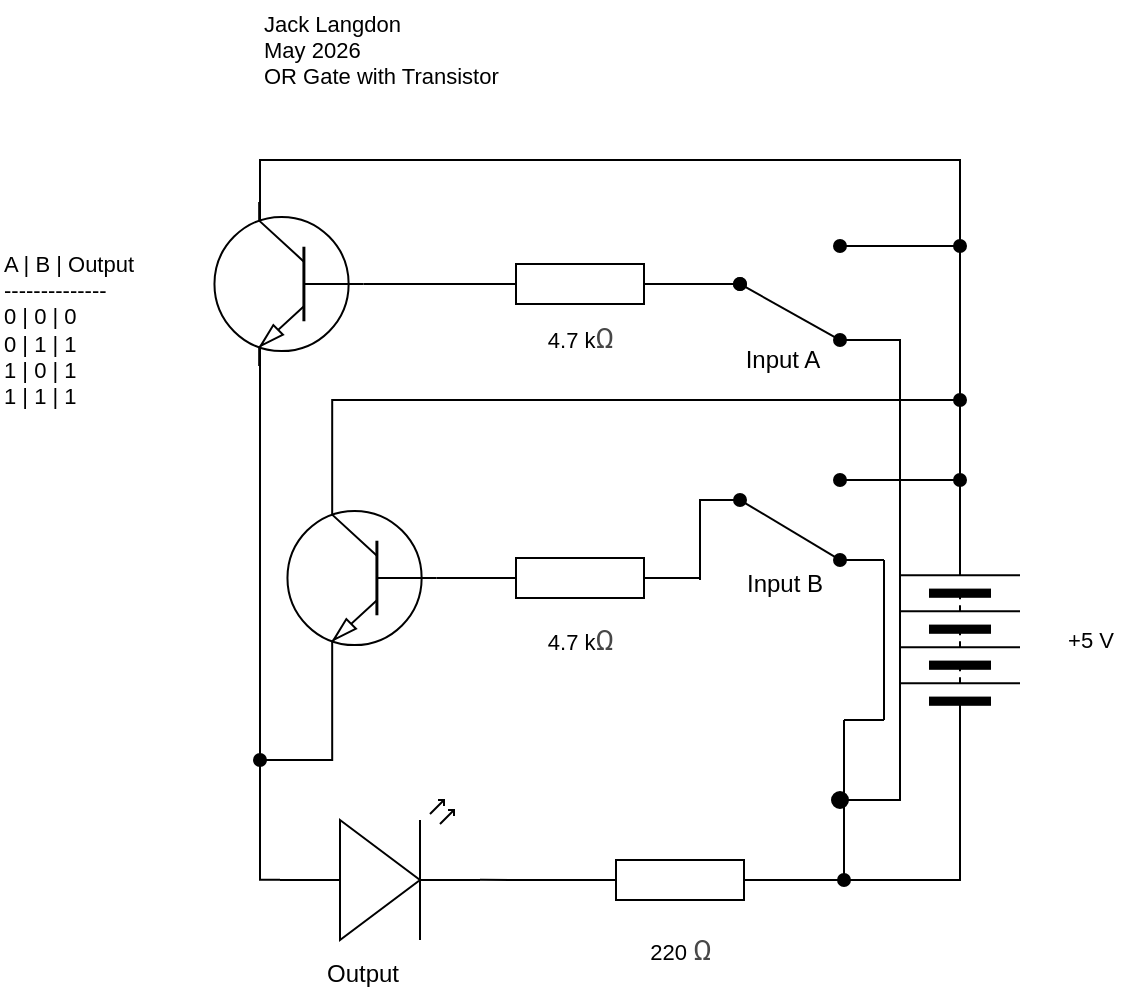
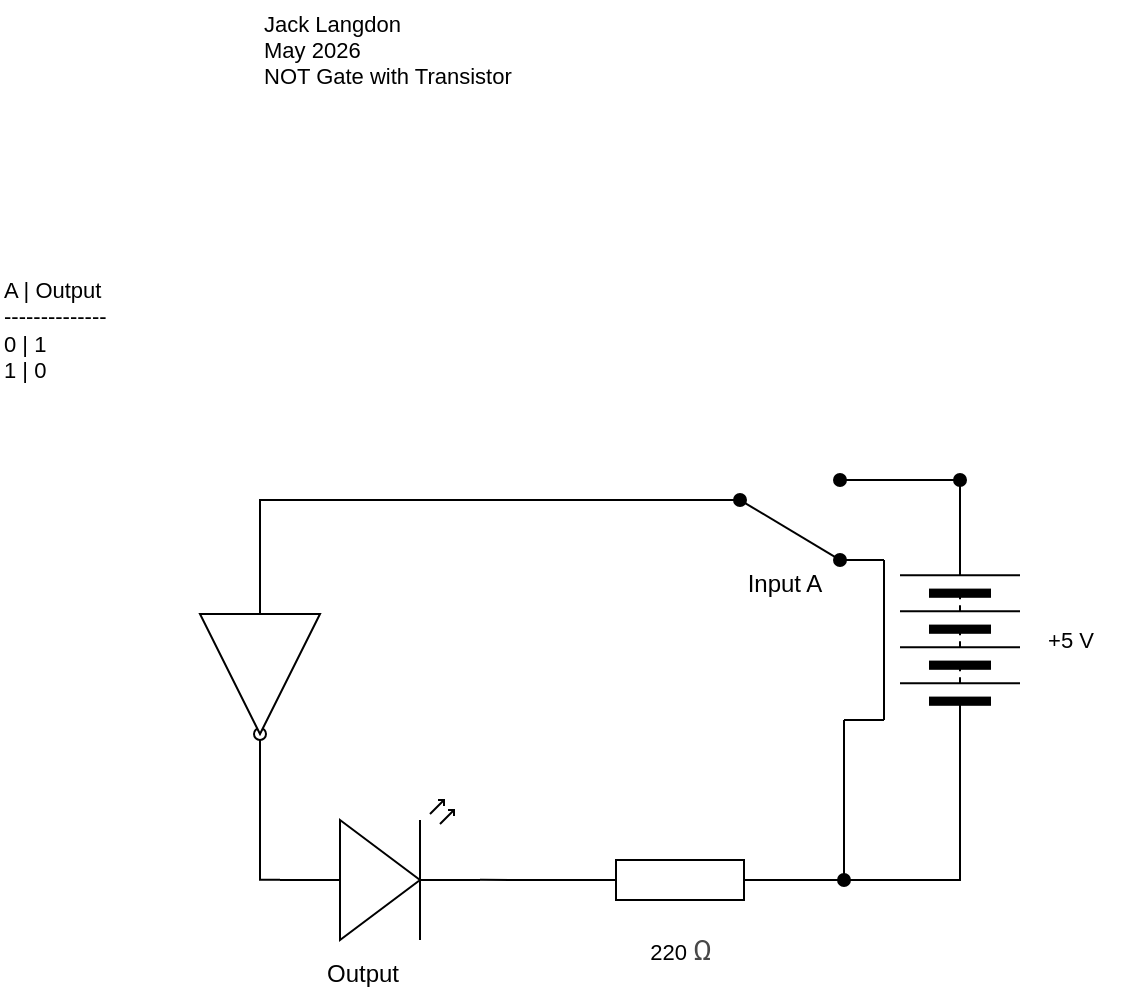
<mxfile host="65bd71144e">
    <diagram id="lnXspm3tjcVZB_VsvOI3" name="Page-1">
-         <mxGraphModel dx="766" dy="1679" grid="1" gridSize="10" guides="1" tooltips="1" connect="1" arrows="1" fold="1" page="1" pageScale="1" pageWidth="850" pageHeight="1100" math="0" shadow="0">
+         <mxGraphModel dx="528" dy="1499" grid="1" gridSize="10" guides="1" tooltips="1" connect="1" arrows="1" fold="1" page="1" pageScale="1" pageWidth="850" pageHeight="1100" math="0" shadow="0">
            <root>
                <mxCell id="0"/>
                <mxCell id="1" parent="0"/>
-                 <mxCell id="11" value="Jack Langdon&lt;div&gt;May 2026&lt;/div&gt;&lt;div&gt;OR Gate with Transistor&lt;/div&gt;" style="text;html=1;align=left;verticalAlign=middle;resizable=0;points=[];autosize=1;strokeColor=none;fillColor=none;fontFamily=Helvetica;fontSize=11;fontColor=default;labelBackgroundColor=default;" parent="1" vertex="1">
-                     <mxGeometry x="150" y="-120" width="140" height="50" as="geometry"/>
+                 <mxCell id="11" value="Jack Langdon&lt;div&gt;May 2026&lt;/div&gt;&lt;div&gt;NOT Gate with Transistor&lt;/div&gt;" style="text;html=1;align=left;verticalAlign=middle;resizable=0;points=[];autosize=1;strokeColor=none;fillColor=none;fontFamily=Helvetica;fontSize=11;fontColor=default;labelBackgroundColor=default;" parent="1" vertex="1">
+                     <mxGeometry x="150" y="-120" width="150" height="50" as="geometry"/>
                </mxCell>
-                 <mxCell id="20" value="A | B | Output&lt;div&gt;&lt;font color=&quot;#000000&quot;&gt;--------------&lt;br&gt;&lt;/font&gt;&lt;div&gt;0 | 0 | 0&lt;/div&gt;&lt;div&gt;0 | 1 | 1&lt;/div&gt;&lt;/div&gt;&lt;div&gt;1 | 0 | 1&lt;/div&gt;&lt;div&gt;1 | 1 | 1&lt;/div&gt;" style="text;html=1;align=left;verticalAlign=middle;resizable=0;points=[];autosize=1;strokeColor=none;fillColor=none;fontFamily=Helvetica;fontSize=11;fontColor=default;labelBackgroundColor=default;" parent="1" vertex="1">
-                     <mxGeometry x="20" width="90" height="90" as="geometry"/>
+                 <mxCell id="20" value="A | Output&lt;div&gt;&lt;font color=&quot;#000000&quot;&gt;--------------&lt;br&gt;&lt;/font&gt;&lt;div&gt;0 | 1&lt;/div&gt;&lt;div&gt;1 | 0&lt;/div&gt;&lt;/div&gt;" style="text;html=1;align=left;verticalAlign=middle;resizable=0;points=[];autosize=1;strokeColor=none;fillColor=none;fontFamily=Helvetica;fontSize=11;fontColor=default;labelBackgroundColor=default;" parent="1" vertex="1">
+                     <mxGeometry x="20" y="10" width="70" height="70" as="geometry"/>
                </mxCell>
-                 <mxCell id="44" style="edgeStyle=orthogonalEdgeStyle;shape=connector;curved=0;rounded=0;html=1;exitX=1;exitY=0.5;exitDx=0;exitDy=0;strokeColor=default;align=center;verticalAlign=middle;fontFamily=Helvetica;fontSize=11;fontColor=default;labelBackgroundColor=default;endArrow=none;endFill=0;" parent="1" source="45" edge="1">
+                 <mxCell id="78" style="edgeStyle=none;html=1;exitX=1;exitY=0.5;exitDx=0;exitDy=0;endArrow=none;endFill=0;" edge="1" parent="1" source="45">
                    <mxGeometry relative="1" as="geometry">
-                         <mxPoint x="150" y="130" as="targetPoint"/>
-                         <Array as="points">
-                             <mxPoint x="500" y="-40"/>
-                             <mxPoint x="150" y="-40"/>
-                         </Array>
+                         <mxPoint x="500" y="120" as="targetPoint"/>
                    </mxGeometry>
                </mxCell>
                <mxCell id="45" value="" style="pointerEvents=1;verticalLabelPosition=bottom;shadow=0;dashed=0;align=center;html=1;verticalAlign=top;shape=mxgraph.electrical.miscellaneous.batteryStack;rotation=-90;" parent="1" vertex="1">
                    <mxGeometry x="450" y="170" width="100" height="60" as="geometry"/>
                </mxCell>
-                 <mxCell id="46" style="edgeStyle=orthogonalEdgeStyle;shape=connector;curved=0;rounded=0;html=1;exitX=0;exitY=0.57;exitDx=0;exitDy=0;exitPerimeter=0;strokeColor=default;align=center;verticalAlign=middle;fontFamily=Helvetica;fontSize=11;fontColor=default;labelBackgroundColor=default;endArrow=none;endFill=0;" parent="1" source="47" edge="1">
+                 <mxCell id="46" style="edgeStyle=orthogonalEdgeStyle;shape=connector;curved=0;rounded=0;html=1;exitX=0;exitY=0.57;exitDx=0;exitDy=0;exitPerimeter=0;strokeColor=default;align=center;verticalAlign=middle;fontFamily=Helvetica;fontSize=11;fontColor=default;labelBackgroundColor=default;endArrow=oval;endFill=0;entryX=1;entryY=0.5;entryDx=0;entryDy=0;" parent="1" source="47" edge="1" target="79">
                    <mxGeometry relative="1" as="geometry">
-                         <mxPoint x="150" y="130" as="targetPoint"/>
+                         <mxPoint x="150" y="260" as="targetPoint"/>
                    </mxGeometry>
                </mxCell>
                <mxCell id="47" value="" style="verticalLabelPosition=bottom;shadow=0;dashed=0;align=center;html=1;verticalAlign=top;shape=mxgraph.electrical.opto_electronics.led_2;pointerEvents=1;" parent="1" vertex="1">
                    <mxGeometry x="160" y="280" width="100" height="70" as="geometry"/>
                </mxCell>
                <mxCell id="48" value="+5 V" style="text;html=1;align=center;verticalAlign=middle;resizable=0;points=[];autosize=1;strokeColor=none;fillColor=none;fontFamily=Helvetica;fontSize=11;fontColor=default;labelBackgroundColor=default;" parent="1" vertex="1">
-                     <mxGeometry x="540" y="185" width="50" height="30" as="geometry"/>
+                     <mxGeometry x="530" y="185" width="50" height="30" as="geometry"/>
                </mxCell>
                <mxCell id="49" value="220&amp;nbsp;&lt;span style=&quot;color: rgb(71, 71, 71); font-family: Roboto, sans-serif; font-size: 14px; text-align: start; text-wrap-mode: wrap;&quot;&gt;Ω&lt;/span&gt;" style="text;html=1;align=center;verticalAlign=middle;resizable=0;points=[];autosize=1;strokeColor=none;fillColor=none;fontFamily=Helvetica;fontSize=11;fontColor=default;labelBackgroundColor=default;" parent="1" vertex="1">
                    <mxGeometry x="335" y="340" width="50" height="30" as="geometry"/>
                </mxCell>
                <mxCell id="50" value="" style="pointerEvents=1;verticalLabelPosition=bottom;shadow=0;dashed=0;align=center;html=1;verticalAlign=top;shape=mxgraph.electrical.resistors.resistor_1;" parent="1" vertex="1">
                    <mxGeometry x="310" y="310" width="100" height="20" as="geometry"/>
                </mxCell>
                <mxCell id="51" style="html=1;exitX=0;exitY=0.5;exitDx=0;exitDy=0;entryX=1;entryY=0.5;entryDx=0;entryDy=0;entryPerimeter=0;endArrow=none;endFill=0;edgeStyle=orthogonalEdgeStyle;rounded=0;curved=0;" parent="1" source="45" target="50" edge="1">
                    <mxGeometry relative="1" as="geometry"/>
                </mxCell>
                <mxCell id="52" style="edgeStyle=orthogonalEdgeStyle;shape=connector;curved=0;rounded=0;html=1;exitX=0;exitY=0.5;exitDx=0;exitDy=0;exitPerimeter=0;entryX=1;entryY=0.57;entryDx=0;entryDy=0;entryPerimeter=0;strokeColor=default;align=center;verticalAlign=middle;fontFamily=Helvetica;fontSize=11;fontColor=default;labelBackgroundColor=default;endArrow=none;endFill=0;" parent="1" source="50" target="47" edge="1">
                    <mxGeometry relative="1" as="geometry"/>
-                 </mxCell>
-                 <mxCell id="53" style="edgeStyle=orthogonalEdgeStyle;shape=connector;curved=0;rounded=0;html=1;strokeColor=default;align=center;verticalAlign=middle;fontFamily=Helvetica;fontSize=11;fontColor=default;labelBackgroundColor=default;endArrow=none;endFill=0;" parent="1" edge="1">
-                     <mxGeometry relative="1" as="geometry">
-                         <mxPoint x="390" y="130" as="targetPoint"/>
-                         <mxPoint x="370" y="170" as="sourcePoint"/>
-                         <Array as="points">
-                             <mxPoint x="370" y="168"/>
-                             <mxPoint x="370" y="130"/>
-                         </Array>
-                     </mxGeometry>
-                 </mxCell>
-                 <mxCell id="54" style="edgeStyle=orthogonalEdgeStyle;shape=connector;curved=0;rounded=0;html=1;exitX=0;exitY=0.5;exitDx=0;exitDy=0;exitPerimeter=0;strokeColor=default;align=center;verticalAlign=middle;fontFamily=Helvetica;fontSize=11;fontColor=default;labelBackgroundColor=default;endArrow=none;endFill=0;entryX=0;entryY=0.5;entryDx=0;entryDy=0;entryPerimeter=0;" parent="1" source="56" target="64" edge="1">
-                     <mxGeometry relative="1" as="geometry">
-                         <mxPoint x="210" y="170" as="targetPoint"/>
-                         <Array as="points"/>
-                     </mxGeometry>
-                 </mxCell>
-                 <mxCell id="55" style="edgeStyle=orthogonalEdgeStyle;shape=connector;curved=0;rounded=0;html=1;exitX=1;exitY=0.5;exitDx=0;exitDy=0;exitPerimeter=0;strokeColor=default;align=center;verticalAlign=middle;fontFamily=Helvetica;fontSize=11;fontColor=default;labelBackgroundColor=default;endArrow=none;endFill=0;" parent="1" source="56" edge="1">
-                     <mxGeometry relative="1" as="geometry">
-                         <mxPoint x="370" y="169" as="targetPoint"/>
-                     </mxGeometry>
-                 </mxCell>
-                 <mxCell id="56" value="" style="pointerEvents=1;verticalLabelPosition=bottom;shadow=0;dashed=0;align=center;html=1;verticalAlign=top;shape=mxgraph.electrical.resistors.resistor_1;" parent="1" vertex="1">
-                     <mxGeometry x="260" y="159" width="100" height="20" as="geometry"/>
-                 </mxCell>
-                 <mxCell id="57" value="4.7 k&lt;span style=&quot;color: rgb(71, 71, 71); font-family: Roboto, sans-serif; font-size: 14px; text-align: start; text-wrap-mode: wrap;&quot;&gt;Ω&lt;/span&gt;" style="text;html=1;align=center;verticalAlign=middle;resizable=0;points=[];autosize=1;strokeColor=none;fillColor=none;fontFamily=Helvetica;fontSize=11;fontColor=default;labelBackgroundColor=default;" parent="1" vertex="1">
-                     <mxGeometry x="280" y="185" width="60" height="30" as="geometry"/>
                </mxCell>
                <mxCell id="58" value="" style="edgeStyle=none;orthogonalLoop=1;jettySize=auto;html=1;rounded=0;strokeColor=default;align=center;verticalAlign=middle;fontFamily=Helvetica;fontSize=11;fontColor=default;labelBackgroundColor=default;endArrow=oval;endFill=1;curved=0;" parent="1" edge="1">
                    <mxGeometry width="100" relative="1" as="geometry">
                        <mxPoint x="442" y="240" as="sourcePoint"/>
                        <mxPoint x="442" y="320" as="targetPoint"/>
                        <Array as="points"/>
                    </mxGeometry>
                </mxCell>
                <mxCell id="59" value="" style="edgeStyle=none;orthogonalLoop=1;jettySize=auto;html=1;rounded=0;strokeColor=default;align=center;verticalAlign=middle;fontFamily=Helvetica;fontSize=11;fontColor=default;labelBackgroundColor=default;endArrow=none;endFill=0;curved=0;" parent="1" edge="1">
                    <mxGeometry width="100" relative="1" as="geometry">
                        <mxPoint x="442" y="240" as="sourcePoint"/>
                        <mxPoint x="462" y="240" as="targetPoint"/>
                        <Array as="points"/>
                    </mxGeometry>
                </mxCell>
                <mxCell id="60" value="" style="edgeStyle=none;orthogonalLoop=1;jettySize=auto;html=1;rounded=0;strokeColor=default;align=center;verticalAlign=middle;fontFamily=Helvetica;fontSize=11;fontColor=default;labelBackgroundColor=default;endArrow=none;endFill=0;curved=0;" parent="1" edge="1">
                    <mxGeometry width="100" relative="1" as="geometry">
                        <mxPoint x="462" y="160" as="sourcePoint"/>
                        <mxPoint x="462" y="240" as="targetPoint"/>
                        <Array as="points"/>
                    </mxGeometry>
                </mxCell>
                <mxCell id="61" value="" style="edgeStyle=none;orthogonalLoop=1;jettySize=auto;html=1;rounded=0;strokeColor=default;align=center;verticalAlign=middle;fontFamily=Helvetica;fontSize=11;fontColor=default;labelBackgroundColor=default;endArrow=none;endFill=0;curved=0;" parent="1" edge="1">
                    <mxGeometry width="100" relative="1" as="geometry">
                        <mxPoint x="440" y="160" as="sourcePoint"/>
                        <mxPoint x="462" y="160" as="targetPoint"/>
                        <Array as="points"/>
                    </mxGeometry>
                </mxCell>
                <mxCell id="62" value="" style="edgeStyle=none;orthogonalLoop=1;jettySize=auto;html=1;rounded=0;strokeColor=default;align=center;verticalAlign=middle;fontFamily=Helvetica;fontSize=11;fontColor=default;labelBackgroundColor=default;endArrow=oval;endFill=1;curved=0;startArrow=oval;startFill=1;" parent="1" edge="1">
                    <mxGeometry width="100" relative="1" as="geometry">
                        <mxPoint x="390" y="130" as="sourcePoint"/>
                        <mxPoint x="440" y="160" as="targetPoint"/>
                        <Array as="points"/>
                    </mxGeometry>
                </mxCell>
                <mxCell id="63" value="" style="edgeStyle=none;orthogonalLoop=1;jettySize=auto;html=1;rounded=0;strokeColor=default;align=center;verticalAlign=middle;fontFamily=Helvetica;fontSize=11;fontColor=default;labelBackgroundColor=default;endArrow=oval;endFill=1;curved=0;startArrow=oval;startFill=1;" parent="1" edge="1">
                    <mxGeometry width="100" relative="1" as="geometry">
                        <mxPoint x="440" y="120" as="sourcePoint"/>
                        <mxPoint x="500" y="120" as="targetPoint"/>
                        <Array as="points"/>
                    </mxGeometry>
                </mxCell>
-                 <mxCell id="77" style="edgeStyle=orthogonalEdgeStyle;shape=connector;curved=0;rounded=0;html=1;exitX=0.7;exitY=1;exitDx=0;exitDy=0;exitPerimeter=0;strokeColor=default;align=center;verticalAlign=middle;fontFamily=Helvetica;fontSize=11;fontColor=default;labelBackgroundColor=default;endArrow=oval;endFill=1;" edge="1" parent="1" source="64">
+                 <mxCell id="74" value="Output" style="text;html=1;align=center;verticalAlign=middle;resizable=0;points=[];autosize=1;strokeColor=none;fillColor=none;" parent="1" vertex="1">
+                     <mxGeometry x="171" y="352" width="60" height="30" as="geometry"/>
+                 </mxCell>
+                 <mxCell id="76" value="Input A" style="text;html=1;align=center;verticalAlign=middle;resizable=0;points=[];autosize=1;strokeColor=none;fillColor=none;" parent="1" vertex="1">
+                     <mxGeometry x="382" y="157" width="60" height="30" as="geometry"/>
+                 </mxCell>
+                 <mxCell id="80" style="edgeStyle=orthogonalEdgeStyle;html=1;exitX=0;exitY=0.5;exitDx=0;exitDy=0;rounded=0;curved=0;endArrow=none;endFill=0;" edge="1" parent="1" source="79">
                    <mxGeometry relative="1" as="geometry">
-                         <mxPoint x="150" y="259.9999999999998" as="targetPoint"/>
+                         <mxPoint x="390" y="129.99999999999977" as="targetPoint"/>
                        <Array as="points">
-                             <mxPoint x="186" y="260"/>
+                             <mxPoint x="150" y="130"/>
                        </Array>
                    </mxGeometry>
                </mxCell>
-                 <mxCell id="78" style="edgeStyle=orthogonalEdgeStyle;shape=connector;curved=0;rounded=0;html=1;exitX=0.7;exitY=0;exitDx=0;exitDy=0;exitPerimeter=0;strokeColor=default;align=center;verticalAlign=middle;fontFamily=Helvetica;fontSize=11;fontColor=default;labelBackgroundColor=default;endArrow=oval;endFill=1;" edge="1" parent="1" source="64">
-                     <mxGeometry relative="1" as="geometry">
-                         <mxPoint x="500" y="79.99999999999977" as="targetPoint"/>
-                         <Array as="points">
-                             <mxPoint x="186" y="80"/>
-                         </Array>
-                     </mxGeometry>
-                 </mxCell>
-                 <mxCell id="64" value="" style="verticalLabelPosition=bottom;shadow=0;dashed=0;align=center;html=1;verticalAlign=top;shape=mxgraph.electrical.transistors.npn_transistor_1;fontFamily=Helvetica;fontSize=11;fontColor=default;labelBackgroundColor=default;rotation=0;flipH=1;" parent="1" vertex="1">
-                     <mxGeometry x="158.5" y="128" width="85" height="82" as="geometry"/>
-                 </mxCell>
-                 <mxCell id="65" value="" style="verticalLabelPosition=bottom;shadow=0;dashed=0;align=center;html=1;verticalAlign=top;shape=mxgraph.electrical.transistors.npn_transistor_1;fontFamily=Helvetica;fontSize=11;fontColor=default;labelBackgroundColor=default;rotation=0;flipH=1;" parent="1" vertex="1">
-                     <mxGeometry x="122" y="-19" width="85" height="82" as="geometry"/>
-                 </mxCell>
-                 <mxCell id="70" style="edgeStyle=orthogonalEdgeStyle;html=1;exitX=1;exitY=0.5;exitDx=0;exitDy=0;exitPerimeter=0;endArrow=oval;endFill=1;rounded=0;" parent="1" source="66" edge="1">
-                     <mxGeometry relative="1" as="geometry">
-                         <mxPoint x="390" y="22" as="targetPoint"/>
-                     </mxGeometry>
-                 </mxCell>
-                 <mxCell id="66" value="" style="pointerEvents=1;verticalLabelPosition=bottom;shadow=0;dashed=0;align=center;html=1;verticalAlign=top;shape=mxgraph.electrical.resistors.resistor_1;" parent="1" vertex="1">
-                     <mxGeometry x="260" y="12" width="100" height="20" as="geometry"/>
-                 </mxCell>
-                 <mxCell id="67" value="" style="edgeStyle=none;orthogonalLoop=1;jettySize=auto;html=1;rounded=0;strokeColor=default;align=center;verticalAlign=middle;fontFamily=Helvetica;fontSize=11;fontColor=default;labelBackgroundColor=default;endArrow=oval;endFill=1;curved=0;startArrow=oval;startFill=1;" parent="1" edge="1">
-                     <mxGeometry width="100" relative="1" as="geometry">
-                         <mxPoint x="440" y="3" as="sourcePoint"/>
-                         <mxPoint x="500" y="3" as="targetPoint"/>
-                         <Array as="points"/>
-                     </mxGeometry>
-                 </mxCell>
-                 <mxCell id="68" value="4.7 k&lt;span style=&quot;color: rgb(71, 71, 71); font-family: Roboto, sans-serif; font-size: 14px; text-align: start; text-wrap-mode: wrap;&quot;&gt;Ω&lt;/span&gt;" style="text;html=1;align=center;verticalAlign=middle;resizable=0;points=[];autosize=1;strokeColor=none;fillColor=none;fontFamily=Helvetica;fontSize=11;fontColor=default;labelBackgroundColor=default;" parent="1" vertex="1">
-                     <mxGeometry x="280" y="34" width="60" height="30" as="geometry"/>
-                 </mxCell>
-                 <mxCell id="69" style="edgeStyle=orthogonalEdgeStyle;html=1;exitX=0;exitY=0.5;exitDx=0;exitDy=0;exitPerimeter=0;entryX=0;entryY=0.5;entryDx=0;entryDy=0;entryPerimeter=0;endArrow=none;endFill=0;rounded=0;" parent="1" source="66" target="65" edge="1">
-                     <mxGeometry relative="1" as="geometry"/>
-                 </mxCell>
-                 <mxCell id="72" value="" style="edgeStyle=none;orthogonalLoop=1;jettySize=auto;html=1;rounded=0;strokeColor=default;align=center;verticalAlign=middle;fontFamily=Helvetica;fontSize=11;fontColor=default;labelBackgroundColor=default;endArrow=oval;endFill=1;curved=0;startArrow=oval;startFill=1;" parent="1" edge="1">
-                     <mxGeometry width="100" relative="1" as="geometry">
-                         <mxPoint x="390" y="22" as="sourcePoint"/>
-                         <mxPoint x="440" y="50" as="targetPoint"/>
-                         <Array as="points"/>
-                     </mxGeometry>
-                 </mxCell>
-                 <mxCell id="73" value="" style="edgeStyle=segmentEdgeStyle;endArrow=oval;html=1;curved=0;rounded=0;endSize=8;startSize=8;sourcePerimeterSpacing=0;targetPerimeterSpacing=0;endFill=1;" parent="1" edge="1">
-                     <mxGeometry width="100" relative="1" as="geometry">
-                         <mxPoint x="440" y="50" as="sourcePoint"/>
-                         <mxPoint x="440" y="280" as="targetPoint"/>
-                         <Array as="points">
-                             <mxPoint x="470" y="50"/>
-                             <mxPoint x="470" y="280"/>
-                         </Array>
-                     </mxGeometry>
-                 </mxCell>
-                 <mxCell id="74" value="Output" style="text;html=1;align=center;verticalAlign=middle;resizable=0;points=[];autosize=1;strokeColor=none;fillColor=none;" parent="1" vertex="1">
-                     <mxGeometry x="171" y="352" width="60" height="30" as="geometry"/>
-                 </mxCell>
-                 <mxCell id="75" value="Input A" style="text;html=1;align=center;verticalAlign=middle;resizable=0;points=[];autosize=1;strokeColor=none;fillColor=none;" parent="1" vertex="1">
-                     <mxGeometry x="381" y="45" width="60" height="30" as="geometry"/>
-                 </mxCell>
-                 <mxCell id="76" value="Input B" style="text;html=1;align=center;verticalAlign=middle;resizable=0;points=[];autosize=1;strokeColor=none;fillColor=none;" parent="1" vertex="1">
-                     <mxGeometry x="382" y="157" width="60" height="30" as="geometry"/>
+                 <mxCell id="79" value="" style="triangle;whiteSpace=wrap;html=1;dashed=0;direction=south;" vertex="1" parent="1">
+                     <mxGeometry x="120" y="187" width="60" height="60" as="geometry"/>
                </mxCell>
            </root>
        </mxGraphModel>
    </diagram>
</mxfile>